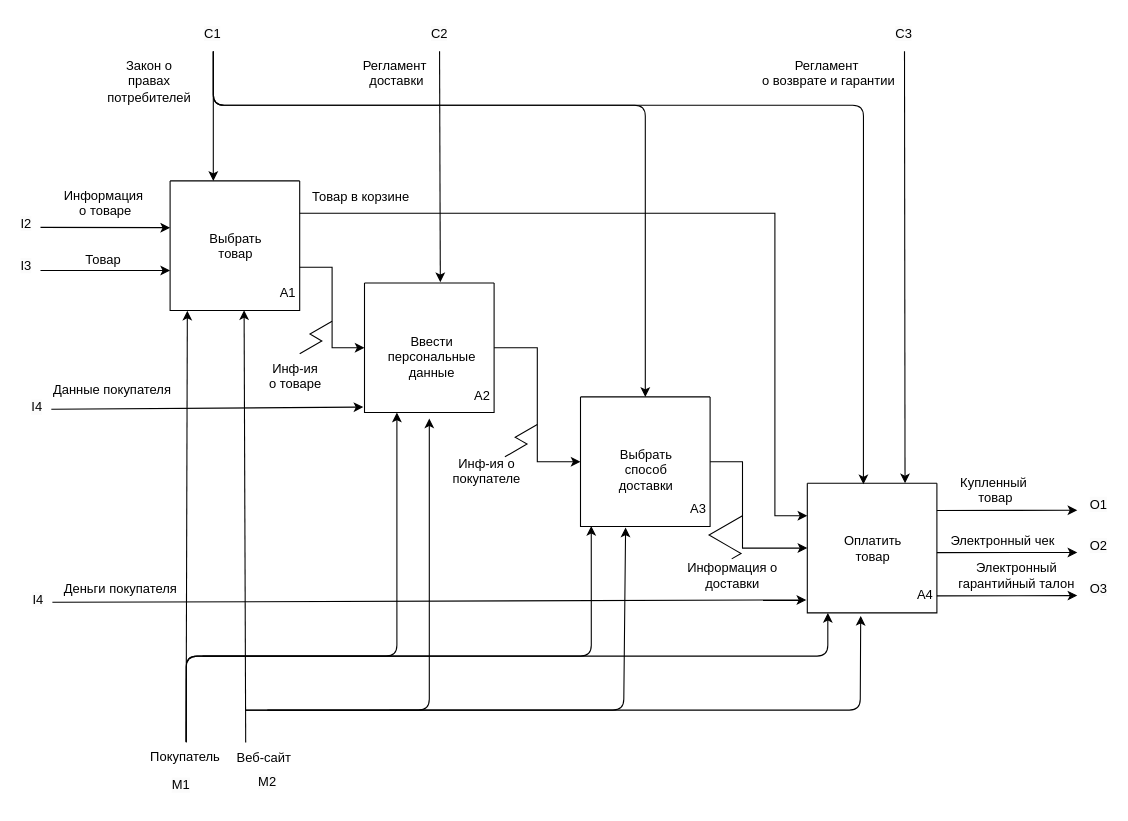
This is decomposition IDEF0(TO-BE).drawio from melikhovaeva/business-processes, a draw.io file, before an edit. Source tidied: cells renumbered, new cells numbered last; positions are measured from the earlier drawing's top-left corner, leaving out a move shared by most shapes. Both pictures are drawn from the tidied source at 108%, with x=0, y=0 at pixel (18, 18).
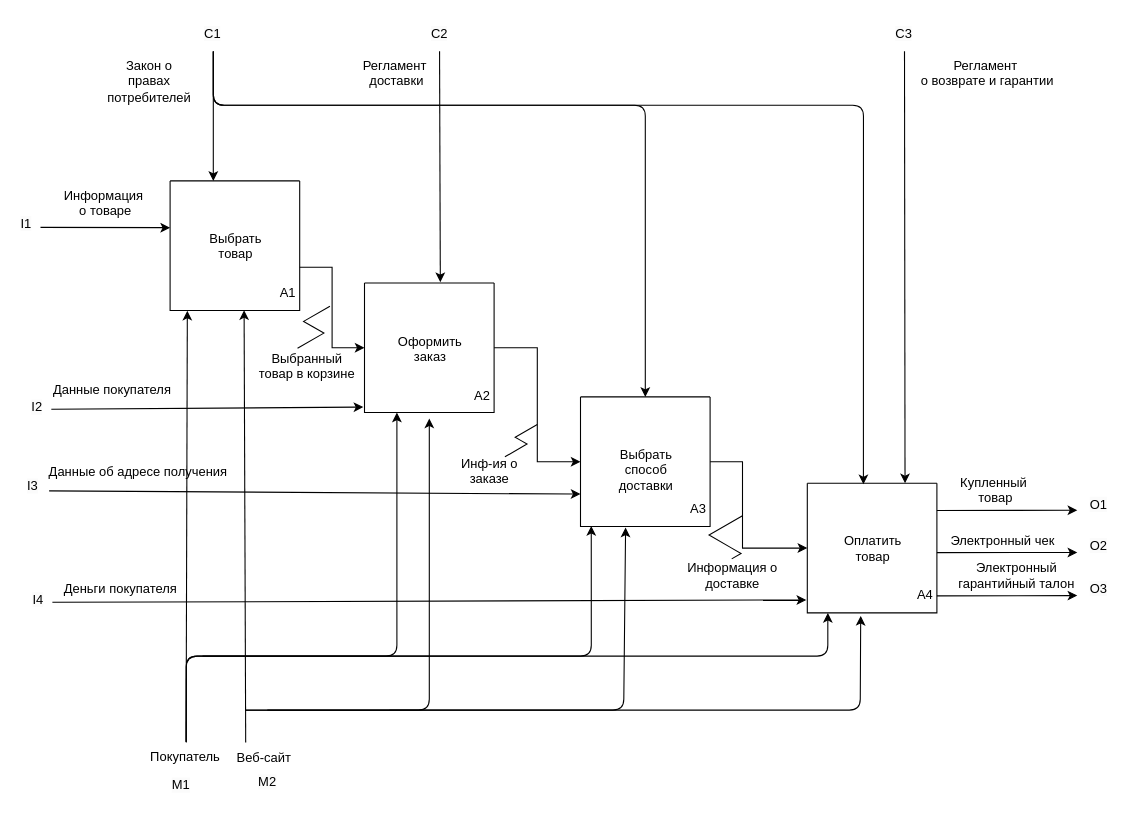
After the change.

Unchanged cells that the change refers to:
```xml
<mxCell id="4" style="swimlane;startSize=0;" parent="1" vertex="1">
  <mxGeometry x="140" y="150" width="120" height="120" as="geometry" />
</mxCell>
<mxCell id="9" style="swimlane;startSize=0;" parent="1" vertex="1">
  <mxGeometry x="320" y="244.5" width="120" height="120" as="geometry" />
</mxCell>
<mxCell id="12" style="swimlane;startSize=0;" parent="1" vertex="1">
  <mxGeometry x="730" y="430" width="120" height="120" as="geometry" />
</mxCell>
<mxCell id="16" style="swimlane;startSize=0;" parent="1" vertex="1">
  <mxGeometry x="520" y="350" width="120" height="120" as="geometry" />
</mxCell>
```

Change to the diagram source:
```diff
@@
-    <mxCell id="3" style="edgeStyle=orthogonalEdgeStyle;rounded=0;jettySize=auto;html=1;exitX=1;exitY=0.25;exitDx=0;exitDy=0;entryX=0;entryY=0.25;entryDx=0;entryDy=0;" parent="1" edge="1" source="4" target="12">
-      <mxGeometry relative="1" as="geometry">
-        <Array as="points">
-          <mxPoint x="700" y="180" />
-          <mxPoint x="700" y="460" />
-        </Array>
-      </mxGeometry>
-    </mxCell>
@@
-    <mxCell id="11" value="&lt;div style=&quot;text-align: center;&quot;&gt;Ввести персональные данные&lt;/div&gt;" style="text;whiteSpace=wrap;html=1;" parent="9" vertex="1">
+    <mxCell id="11" value="&lt;div style=&quot;text-align: center;&quot;&gt;Оформить заказ&lt;/div&gt;" style="text;whiteSpace=wrap;html=1;" parent="9" vertex="1">
       <mxGeometry x="20" y="40" width="80" height="40" as="geometry" />
     </mxCell>
@@
-    <mxCell id="20" style="endArrow=classic;html=1;rounded=0;" parent="1" edge="1">
-      <mxGeometry relative="1" as="geometry">
-        <mxPoint x="20" y="233" as="sourcePoint" />
-        <mxPoint x="140" y="233" as="targetPoint" />
-      </mxGeometry>
-    </mxCell>
@@
-    <mxCell id="22" value="&lt;div style=&quot;text-align: center;&quot;&gt;Товар&lt;/div&gt;" style="text;whiteSpace=wrap;html=1;" parent="1" vertex="1">
-      <mxGeometry x="60" y="209" width="50" height="20" as="geometry" />
-    </mxCell>
-    <mxCell id="23" value="&lt;span style=&quot;caret-color: rgb(0, 0, 0); color: rgb(0, 0, 0); font-family: Helvetica; font-style: normal; font-variant-caps: normal; font-weight: 400; letter-spacing: normal; text-align: center; text-indent: 0px; text-transform: none; word-spacing: 0px; -webkit-text-stroke-width: 0px; background-color: rgb(251, 251, 251); text-decoration: none; float: none; display: inline !important;&quot;&gt;&lt;font style=&quot;font-size: 12px;&quot;&gt;I2&lt;/font&gt;&lt;/span&gt;" style="text;whiteSpace=wrap;html=1;" parent="1" vertex="1">
+    <mxCell id="23" value="&lt;span style=&quot;caret-color: rgb(0, 0, 0); color: rgb(0, 0, 0); font-family: Helvetica; font-style: normal; font-variant-caps: normal; font-weight: 400; letter-spacing: normal; text-align: center; text-indent: 0px; text-transform: none; word-spacing: 0px; -webkit-text-stroke-width: 0px; background-color: rgb(251, 251, 251); text-decoration: none; float: none; display: inline !important;&quot;&gt;&lt;font style=&quot;font-size: 12px;&quot;&gt;I1&lt;/font&gt;&lt;/span&gt;" style="text;whiteSpace=wrap;html=1;" parent="1" vertex="1">
       <mxGeometry y="175.5" width="20" height="30" as="geometry" />
     </mxCell>
-    <mxCell id="24" value="&lt;span style=&quot;caret-color: rgb(0, 0, 0); color: rgb(0, 0, 0); font-family: Helvetica; font-style: normal; font-variant-caps: normal; font-weight: 400; letter-spacing: normal; text-align: center; text-indent: 0px; text-transform: none; word-spacing: 0px; -webkit-text-stroke-width: 0px; background-color: rgb(251, 251, 251); text-decoration: none; float: none; display: inline !important;&quot;&gt;&lt;font style=&quot;font-size: 12px;&quot;&gt;I3&lt;/font&gt;&lt;/span&gt;" style="text;whiteSpace=wrap;html=1;" parent="1" vertex="1">
-      <mxGeometry y="214.5" width="20" height="30" as="geometry" />
-    </mxCell>
@@
-    <mxCell id="34" value="&lt;div style=&quot;text-align: center;&quot;&gt;Товар в корзине&lt;/div&gt;" style="text;whiteSpace=wrap;html=1;" parent="1" vertex="1">
-      <mxGeometry x="270" y="151" width="100" height="24.5" as="geometry" />
+    <mxCell id="34" value="&lt;div style=&quot;text-align: center;&quot;&gt;Выбранный товар в корзине&lt;/div&gt;" style="text;whiteSpace=wrap;html=1;" parent="1" vertex="1">
+      <mxGeometry x="220" y="300.5" width="92" height="45" as="geometry" />
     </mxCell>
-    <mxCell id="35" value="&lt;div style=&quot;text-align: center;&quot;&gt;Инф-ия&lt;/div&gt;&lt;div style=&quot;text-align: center;&quot;&gt;о товаре&lt;/div&gt;" style="text;whiteSpace=wrap;html=1;" parent="1" vertex="1">
-      <mxGeometry x="230" y="310" width="60" height="24.5" as="geometry" />
-    </mxCell>
-    <mxCell id="36" style="edgeStyle=isometricEdgeStyle;endArrow=none;html=1;rounded=0;exitX=0.5;exitY=0;exitDx=0;exitDy=0;" parent="1" edge="1" source="35">
+    <mxCell id="36" style="edgeStyle=isometricEdgeStyle;endArrow=none;html=1;rounded=0;exitX=0.5;exitY=0;exitDx=0;exitDy=0;" parent="1" edge="1">
       <mxGeometry relative="1" as="geometry">
-        <mxPoint x="290" y="280" as="targetPoint" />
+        <mxPoint x="258" y="305" as="sourcePoint" />
+        <mxPoint x="288" y="266" as="targetPoint" />
       </mxGeometry>
     </mxCell>
-    <mxCell id="37" value="&lt;div style=&quot;text-align: center;&quot;&gt;Инф-ия о&lt;/div&gt;&lt;div style=&quot;text-align: center;&quot;&gt;покупателе&lt;/div&gt;" style="text;whiteSpace=wrap;html=1;" parent="1" vertex="1">
+    <mxCell id="37" value="&lt;div style=&quot;text-align: center;&quot;&gt;Инф-ия о заказе&lt;/div&gt;" style="text;whiteSpace=wrap;html=1;" parent="1" vertex="1">
       <mxGeometry x="400" y="397.8" width="70" height="42.2" as="geometry" />
     </mxCell>
-    <mxCell id="38" value="&lt;div style=&quot;text-align: center;&quot;&gt;Информация о доставки&lt;/div&gt;" style="text;whiteSpace=wrap;html=1;" parent="1" vertex="1">
+    <mxCell id="38" value="&lt;div style=&quot;text-align: center;&quot;&gt;Информация о доставке&lt;/div&gt;" style="text;whiteSpace=wrap;html=1;" parent="1" vertex="1">
       <mxGeometry x="610" y="494.8" width="100" height="33.2" as="geometry" />
     </mxCell>
@@
     <mxCell id="49" value="&lt;div style=&quot;&quot;&gt;Регламент&amp;nbsp;&lt;br style=&quot;border-color: var(--border-color);&quot;&gt;о возврате и гарантии&lt;br&gt;&lt;/div&gt;" style="text;whiteSpace=wrap;html=1;align=center;" parent="1" vertex="1">
-      <mxGeometry x="680" y="30" width="140" height="50" as="geometry" />
+      <mxGeometry x="827" y="30" width="140" height="50" as="geometry" />
     </mxCell>
@@
-    <mxCell id="52" value="&lt;span style=&quot;caret-color: rgb(0, 0, 0); color: rgb(0, 0, 0); font-family: Helvetica; font-style: normal; font-variant-caps: normal; font-weight: 400; letter-spacing: normal; text-align: center; text-indent: 0px; text-transform: none; word-spacing: 0px; -webkit-text-stroke-width: 0px; background-color: rgb(251, 251, 251); text-decoration: none; float: none; display: inline !important;&quot;&gt;&lt;font style=&quot;font-size: 12px;&quot;&gt;I4&lt;/font&gt;&lt;/span&gt;" style="text;whiteSpace=wrap;html=1;" parent="1" vertex="1">
+    <mxCell id="52" value="&lt;span style=&quot;caret-color: rgb(0, 0, 0); color: rgb(0, 0, 0); font-family: Helvetica; font-style: normal; font-variant-caps: normal; font-weight: 400; letter-spacing: normal; text-align: center; text-indent: 0px; text-transform: none; word-spacing: 0px; -webkit-text-stroke-width: 0px; background-color: rgb(251, 251, 251); text-decoration: none; float: none; display: inline !important;&quot;&gt;&lt;font style=&quot;font-size: 12px;&quot;&gt;I2&lt;/font&gt;&lt;/span&gt;" style="text;whiteSpace=wrap;html=1;" parent="1" vertex="1">
       <mxGeometry x="10" y="345.5" width="20" height="30" as="geometry" />
     </mxCell>
@@
+    <mxCell id="69" style="endArrow=classic;html=1;rounded=0;entryX=0;entryY=0.75;entryDx=0;entryDy=0;" parent="1" edge="1" target="16">
+      <mxGeometry relative="1" as="geometry">
+        <mxPoint x="28" y="437" as="sourcePoint" />
+      </mxGeometry>
+    </mxCell>
+    <mxCell id="70" value="&lt;div style=&quot;text-align: center;&quot;&gt;Данные об адресе получения&lt;br&gt;&lt;/div&gt;" style="text;whiteSpace=wrap;html=1;" parent="1" vertex="1">
+      <mxGeometry x="25.5" y="406" width="194.5" height="30" as="geometry" />
+    </mxCell>
+    <mxCell id="24" value="&lt;span style=&quot;caret-color: rgb(0, 0, 0); color: rgb(0, 0, 0); font-family: Helvetica; font-style: normal; font-variant-caps: normal; font-weight: 400; letter-spacing: normal; text-align: center; text-indent: 0px; text-transform: none; word-spacing: 0px; -webkit-text-stroke-width: 0px; background-color: rgb(251, 251, 251); text-decoration: none; float: none; display: inline !important;&quot;&gt;&lt;font style=&quot;font-size: 12px;&quot;&gt;I3&lt;/font&gt;&lt;/span&gt;" style="text;whiteSpace=wrap;html=1;" parent="1" vertex="1">
+      <mxGeometry x="5.5" y="419" width="20" height="30" as="geometry" />
+    </mxCell>
```
